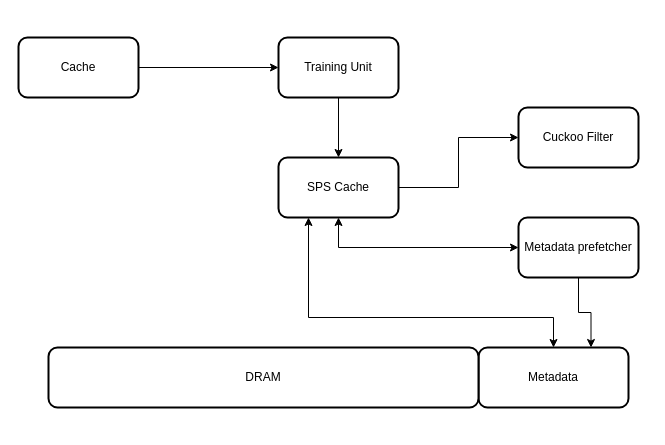
Earlier version of the draw.io diagram page "Prefetcher" (4 of 5) of paper Diagram.drawio (miaochenlu/Draw). Source tidied: cells renumbered, new cells numbered last; positions are measured from the earlier drawing's top-left corner, leaving out a move shared by most shapes. Both pictures are drawn from the tidied source at 100%, with x=0, y=0 at pixel (18, 37).
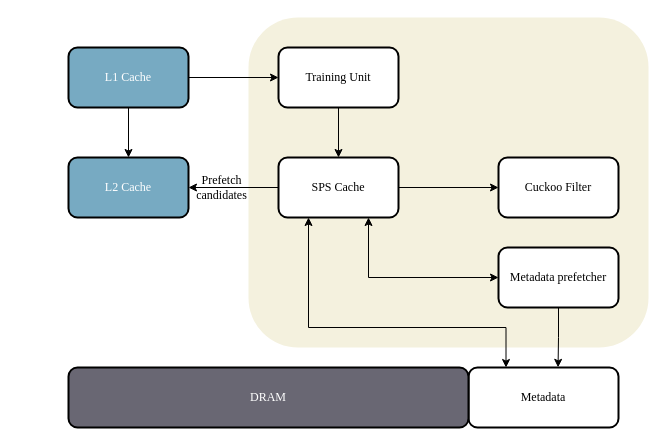
Above is the later version.

Change to the diagram source:
```diff
@@
+    <mxCell id="15" style="rounded=1;whiteSpace=wrap;html=1;strokeColor=none;shadow=0;glass=0;comic=0;gradientColor=none;fontFamily=Times New Roman;fontColor=#FFFFFF;fillColor=#f4f1de;" parent="1" vertex="1">
+      <mxGeometry x="230" y="-20" width="400" height="330" as="geometry" />
+    </mxCell>
-    <mxCell id="2" style="edgeStyle=orthogonalEdgeStyle;rounded=0;jettySize=auto;html=1;exitX=0.5;exitY=1;exitDx=0;exitDy=0;" parent="1" edge="1" source="3" target="6">
+    <mxCell id="2" style="edgeStyle=orthogonalEdgeStyle;rounded=0;jettySize=auto;html=1;exitX=0.5;exitY=1;exitDx=0;exitDy=0;fontFamily=Times New Roman;" parent="1" edge="1" source="3" target="6">
       <mxGeometry relative="1" as="geometry" />
     </mxCell>
-    <mxCell id="3" value="Training Unit" style="rounded=1;whiteSpace=wrap;html=1;strokeWidth=2;" parent="1" vertex="1">
-      <mxGeometry x="260" width="120" height="60" as="geometry" />
+    <mxCell id="3" value="Training Unit" style="rounded=1;whiteSpace=wrap;html=1;strokeWidth=2;fontFamily=Times New Roman;" parent="1" vertex="1">
+      <mxGeometry x="260" y="10" width="120" height="60" as="geometry" />
     </mxCell>
-    <mxCell id="4" style="edgeStyle=orthogonalEdgeStyle;rounded=0;jettySize=auto;html=1;exitX=1;exitY=0.5;exitDx=0;exitDy=0;entryX=0;entryY=0.5;entryDx=0;entryDy=0;" parent="1" edge="1" source="6" target="9">
+    <mxCell id="4" style="edgeStyle=orthogonalEdgeStyle;rounded=0;jettySize=auto;html=1;exitX=1;exitY=0.5;exitDx=0;exitDy=0;entryX=0;entryY=0.5;entryDx=0;entryDy=0;fontFamily=Times New Roman;" parent="1" edge="1" source="6" target="9">
       <mxGeometry relative="1" as="geometry" />
     </mxCell>
-    <mxCell id="5" style="edgeStyle=orthogonalEdgeStyle;rounded=0;jettySize=auto;html=1;exitX=0.5;exitY=1;exitDx=0;exitDy=0;startArrow=classic;startFill=1;" parent="1" edge="1" source="6" target="8">
+    <mxCell id="5" style="edgeStyle=orthogonalEdgeStyle;rounded=0;jettySize=auto;html=1;exitX=0.75;exitY=1;exitDx=0;exitDy=0;startArrow=classic;startFill=1;entryX=0;entryY=0.5;entryDx=0;entryDy=0;fontFamily=Times New Roman;" parent="1" edge="1" source="6" target="8">
       <mxGeometry relative="1" as="geometry" />
     </mxCell>
+    <mxCell id="16" style="edgeStyle=orthogonalEdgeStyle;rounded=0;jettySize=auto;html=1;exitX=0;exitY=0.5;exitDx=0;exitDy=0;fontFamily=Times New Roman;fontColor=#ffffff;startArrow=none;startFill=0;endArrow=classic;endFill=1;entryX=1;entryY=0.5;entryDx=0;entryDy=0;" parent="1" edge="1" source="6" target="19">
+      <mxGeometry relative="1" as="geometry" />
+    </mxCell>
-    <mxCell id="6" value="SPS Cache" style="rounded=1;whiteSpace=wrap;html=1;strokeWidth=2;" parent="1" vertex="1">
+    <mxCell id="6" value="SPS Cache" style="rounded=1;whiteSpace=wrap;html=1;strokeWidth=2;fontFamily=Times New Roman;" parent="1" vertex="1">
       <mxGeometry x="260" y="120" width="120" height="60" as="geometry" />
     </mxCell>
-    <mxCell id="7" style="edgeStyle=orthogonalEdgeStyle;rounded=0;jettySize=auto;html=1;entryX=0.75;entryY=0;entryDx=0;entryDy=0;" parent="1" edge="1" source="8" target="13">
+    <mxCell id="7" style="edgeStyle=orthogonalEdgeStyle;rounded=0;jettySize=auto;html=1;entryX=0.597;entryY=-0.003;entryDx=0;entryDy=0;entryPerimeter=0;fontFamily=Times New Roman;" parent="1" edge="1" source="8" target="13">
       <mxGeometry relative="1" as="geometry" />
     </mxCell>
-    <mxCell id="8" value="Metadata prefetcher" style="rounded=1;whiteSpace=wrap;html=1;strokeWidth=2;" parent="1" vertex="1">
-      <mxGeometry x="500" y="180" width="120" height="60" as="geometry" />
+    <mxCell id="8" value="Metadata prefetcher" style="rounded=1;whiteSpace=wrap;html=1;strokeWidth=2;fontFamily=Times New Roman;" parent="1" vertex="1">
+      <mxGeometry x="480" y="210" width="120" height="60" as="geometry" />
     </mxCell>
-    <mxCell id="9" value="Cuckoo Filter" style="rounded=1;whiteSpace=wrap;html=1;strokeWidth=2;" parent="1" vertex="1">
-      <mxGeometry x="500" y="70" width="120" height="60" as="geometry" />
+    <mxCell id="9" value="Cuckoo Filter" style="rounded=1;whiteSpace=wrap;html=1;strokeWidth=2;fontFamily=Times New Roman;" parent="1" vertex="1">
+      <mxGeometry x="480" y="120" width="120" height="60" as="geometry" />
     </mxCell>
-    <mxCell id="10" style="edgeStyle=orthogonalEdgeStyle;rounded=0;jettySize=auto;html=1;" parent="1" edge="1" source="11" target="3">
+    <mxCell id="10" style="edgeStyle=orthogonalEdgeStyle;rounded=0;jettySize=auto;html=1;fontFamily=Times New Roman;" parent="1" edge="1" source="11" target="3">
       <mxGeometry relative="1" as="geometry" />
     </mxCell>
+    <mxCell id="17" style="edgeStyle=orthogonalEdgeStyle;rounded=0;jettySize=auto;html=1;exitX=0.5;exitY=1;exitDx=0;exitDy=0;fontFamily=Times New Roman;fontColor=#000000;" parent="1" edge="1" source="11" target="19">
+      <mxGeometry relative="1" as="geometry" />
+    </mxCell>
-    <mxCell id="11" value="Cache" style="rounded=1;whiteSpace=wrap;html=1;strokeWidth=2;" parent="1" vertex="1">
-      <mxGeometry width="120" height="60" as="geometry" />
+    <mxCell id="11" value="&lt;font color=&quot;#ffffff&quot;&gt;L1 Cache&lt;/font&gt;" style="rounded=1;whiteSpace=wrap;html=1;strokeWidth=2;fillColor=#77AAC2;fontFamily=Times New Roman;" parent="1" vertex="1">
+      <mxGeometry x="50" y="10" width="120" height="60" as="geometry" />
     </mxCell>
-    <mxCell id="12" style="edgeStyle=orthogonalEdgeStyle;rounded=0;jettySize=auto;html=1;exitX=0.5;exitY=0;exitDx=0;exitDy=0;entryX=0.25;entryY=1;entryDx=0;entryDy=0;startArrow=classic;startFill=1;" parent="1" edge="1" source="13" target="6">
+    <mxCell id="12" style="edgeStyle=orthogonalEdgeStyle;rounded=0;jettySize=auto;html=1;exitX=0.25;exitY=0;exitDx=0;exitDy=0;entryX=0.25;entryY=1;entryDx=0;entryDy=0;startArrow=classic;startFill=1;fontFamily=Times New Roman;" parent="1" edge="1" source="13" target="6">
       <mxGeometry relative="1" as="geometry">
         <Array as="points">
-          <mxPoint x="535" y="280" />
-          <mxPoint x="290" y="280" />
+          <mxPoint x="488" y="290" />
+          <mxPoint x="290" y="290" />
         </Array>
       </mxGeometry>
     </mxCell>
-    <mxCell id="13" value="Metadata" style="rounded=1;whiteSpace=wrap;html=1;strokeWidth=2;" parent="1" vertex="1">
-      <mxGeometry x="460" y="310" width="150" height="60" as="geometry" />
+    <mxCell id="13" value="Metadata" style="rounded=1;whiteSpace=wrap;html=1;strokeWidth=2;fontFamily=Times New Roman;" parent="1" vertex="1">
+      <mxGeometry x="450" y="330" width="150" height="60" as="geometry" />
     </mxCell>
-    <mxCell id="14" value="DRAM" style="rounded=1;whiteSpace=wrap;html=1;strokeWidth=2;" parent="1" vertex="1">
-      <mxGeometry x="30" y="310" width="430" height="60" as="geometry" />
+    <mxCell id="14" value="&lt;font color=&quot;#ffffff&quot;&gt;DRAM&lt;/font&gt;" style="rounded=1;whiteSpace=wrap;html=1;strokeWidth=2;fillColor=#696773;fontFamily=Times New Roman;" parent="1" vertex="1">
+      <mxGeometry x="50" y="330" width="400" height="60" as="geometry" />
     </mxCell>
+    <mxCell id="18" value="&lt;font color=&quot;#000000&quot;&gt;Prefetch&lt;br&gt;candidates&lt;br&gt;&lt;/font&gt;" style="text;html=1;align=center;verticalAlign=middle;strokeColor=none;fillColor=none;fontFamily=Times New Roman;fontColor=#ffffff;" parent="1" vertex="1">
+      <mxGeometry x="168" y="130" width="70" height="40" as="geometry" />
+    </mxCell>
+    <mxCell id="19" value="&lt;font color=&quot;#ffffff&quot;&gt;L2 Cache&lt;/font&gt;" style="rounded=1;whiteSpace=wrap;html=1;strokeWidth=2;fillColor=#77AAC2;fontFamily=Times New Roman;" parent="1" vertex="1">
+      <mxGeometry x="50" y="120" width="120" height="60" as="geometry" />
+    </mxCell>
```
